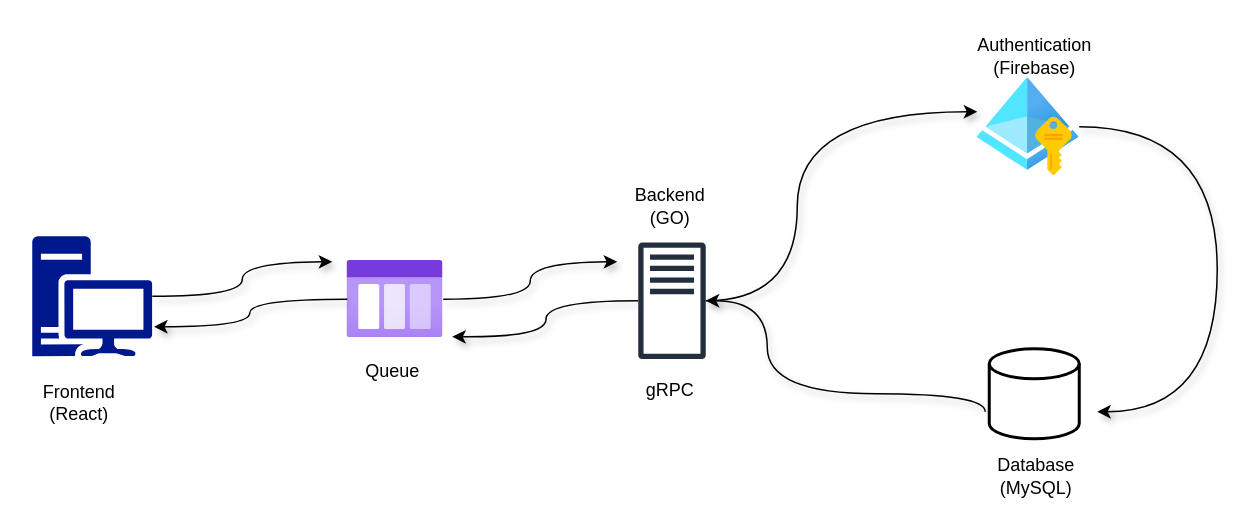
This is Untitled Diagram.drawio from ARUN-AK5396/ProjectDiagram, a draw.io file, before an edit. Source tidied: cells renumbered, new cells numbered last; positions are measured from the earlier drawing's top-left corner, leaving out a move shared by most shapes. Both pictures are drawn from the tidied source at 150%, with x=0, y=0 at pixel (26, 26).
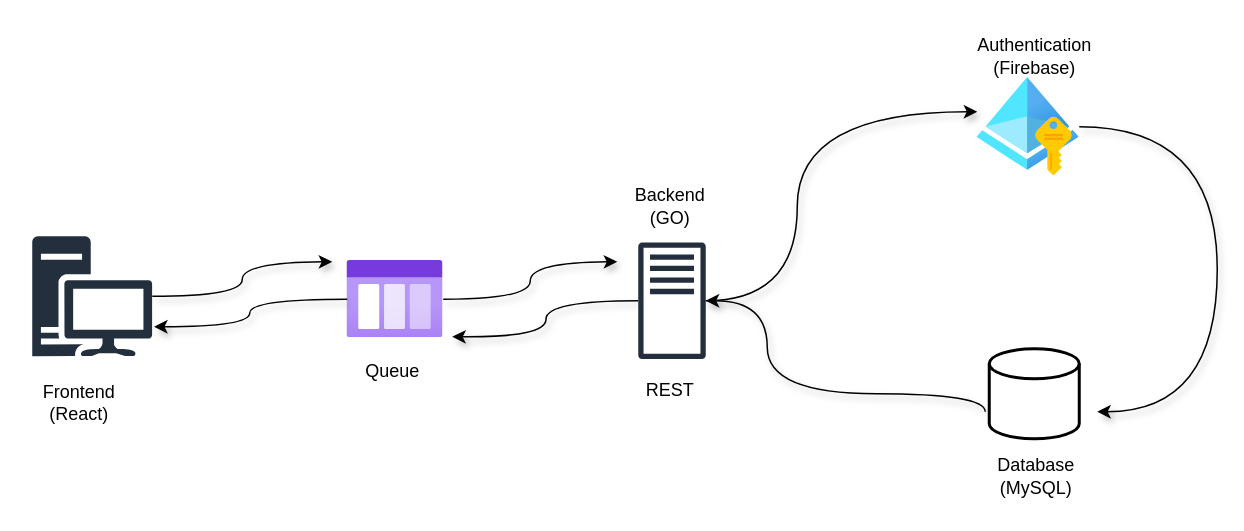
The same diagram, later.

Diff of the diagram source:
```diff
@@
-    <mxCell id="3" style="sketch=0;shadow=0;dashed=0;html=1;strokeColor=none;labelPosition=center;verticalLabelPosition=bottom;verticalAlign=top;align=center;fillColor=#00188D;shape=mxgraph.mscae.enterprise.workstation_client;" parent="1" vertex="1">
+    <mxCell id="3" style="sketch=0;shadow=0;dashed=0;html=1;strokeColor=none;labelPosition=center;verticalLabelPosition=bottom;verticalAlign=top;align=center;fillColor=#232F3D;shape=mxgraph.mscae.enterprise.workstation_client;" parent="1" vertex="1">
       <mxGeometry x="4" y="140" width="80" height="80" as="geometry" />
     </mxCell>
@@
-    <mxCell id="14" value="gRPC" style="text;html=1;align=center;verticalAlign=middle;strokeColor=none;fillColor=none;" parent="1" vertex="1">
+    <mxCell id="14" value="REST" style="text;html=1;align=center;verticalAlign=middle;strokeColor=none;fillColor=none;" parent="1" vertex="1">
       <mxGeometry x="399" y="228" width="60" height="30" as="geometry" />
     </mxCell>
```
